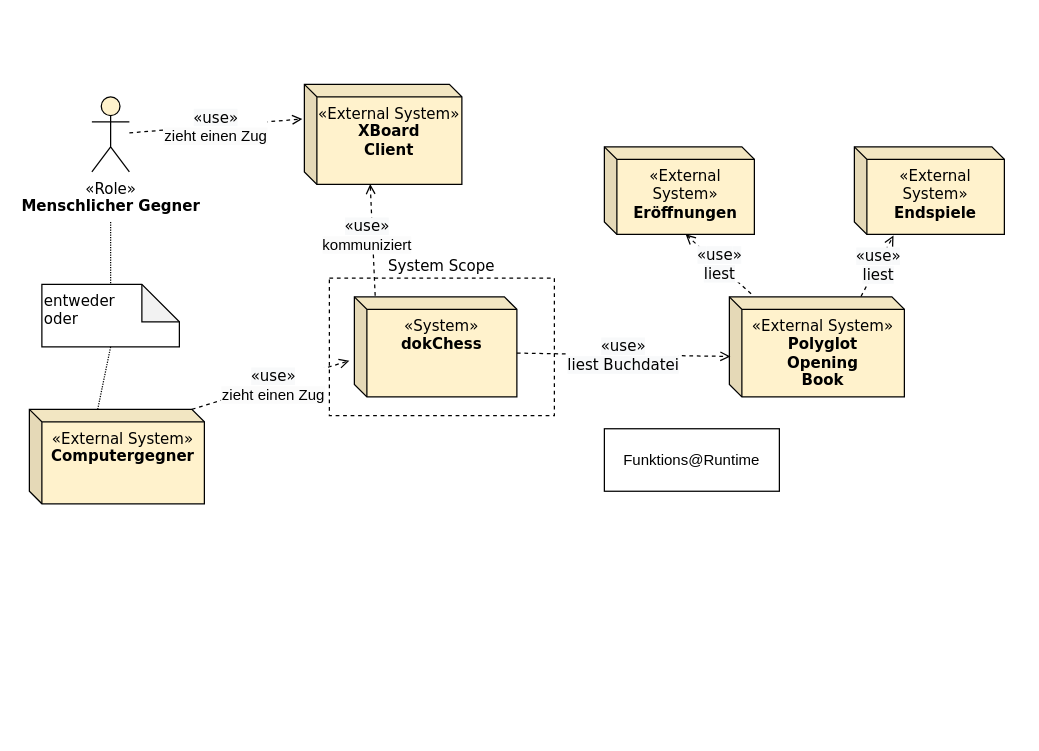
Earlier version of the draw.io diagram dokchess-adf/images/system_context.drawio (neshanjo/DokChess-ADF). Source tidied: cells renumbered, new cells numbered last; positions are measured from the earlier drawing's top-left corner, leaving out a move shared by most shapes. Both pictures are drawn from the tidied source at 125%, with x=0, y=0 at pixel (29, 84).
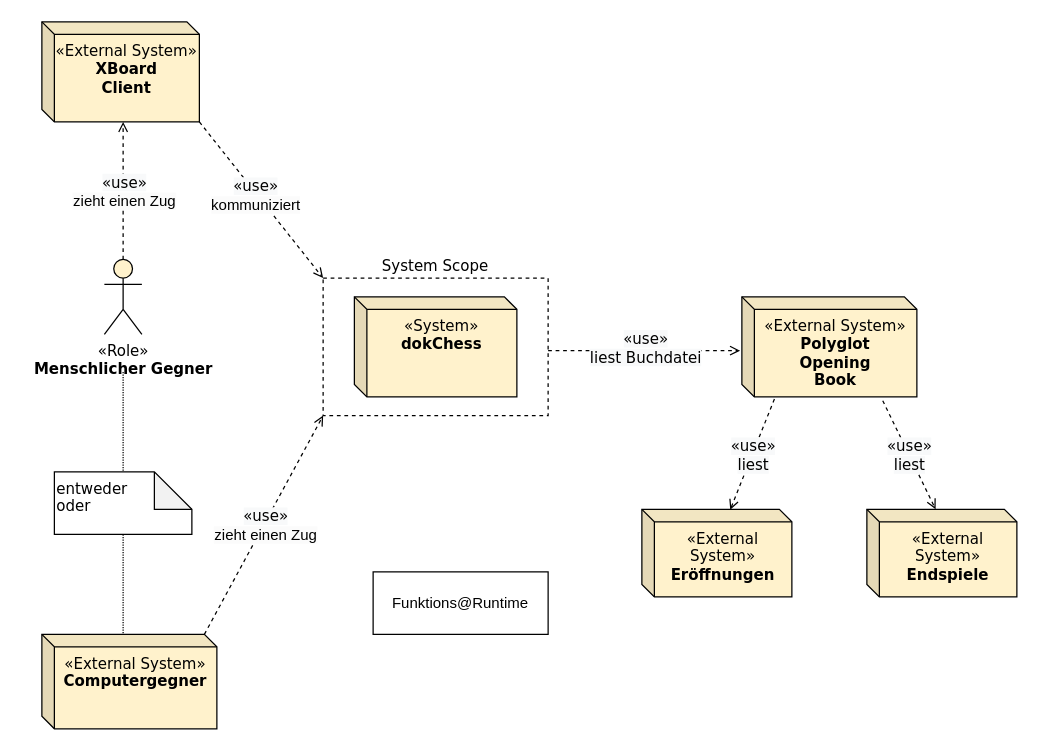
The same diagram, later.

Unchanged cells that the change refers to:
```xml
<mxCell id="2" value="&lt;font&gt;&lt;span class=&quot;char&quot;&gt;&lt;span class=&quot;vchar&quot; id=&quot;char-node&quot;&gt;«System&lt;/span&gt;&lt;/span&gt;&lt;span class=&quot;char&quot;&gt;&lt;span class=&quot;vchar&quot; id=&quot;char-node&quot;&gt;»&lt;br&gt;&lt;div&gt;&lt;b&gt;dokChess&lt;/b&gt;&lt;/div&gt;&lt;div&gt;&lt;b&gt;&lt;br&gt;&lt;/b&gt;&lt;/div&gt;&lt;/span&gt;&lt;/span&gt;&lt;/font&gt;" style="shape=cube;whiteSpace=wrap;html=1;boundedLbl=1;backgroundOutline=1;darkOpacity=0.05;darkOpacity2=0.1;size=10;align=center;verticalAlign=top;fillColor=#fff2cc;fontFamily=Verdana;" parent="1" vertex="1">
  <mxGeometry x="260" y="170" width="130" height="80" as="geometry" />
</mxCell>
```

Diff of the diagram source:
```diff
@@
     <mxCell id="3" value="&lt;span class=&quot;char&quot; style=&quot;&quot;&gt;&lt;span class=&quot;vchar&quot; id=&quot;char-node&quot;&gt;«Role&lt;/span&gt;&lt;/span&gt;&lt;span class=&quot;char&quot; style=&quot;&quot;&gt;&lt;span class=&quot;vchar&quot; id=&quot;char-node&quot;&gt;»&lt;br&gt;&lt;div&gt;&lt;b&gt;Menschlicher Gegner&lt;/b&gt;&lt;/div&gt;&lt;/span&gt;&lt;/span&gt;" style="shape=umlActor;verticalLabelPosition=bottom;verticalAlign=top;html=1;outlineConnect=0;fillColor=#fff2cc;fontFamily=Verdana;" parent="1" vertex="1">
-      <mxGeometry x="50" y="10" width="30" height="60" as="geometry" />
+      <mxGeometry x="60" y="140" width="30" height="60" as="geometry" />
     </mxCell>
     <mxCell id="4" value="&lt;font&gt;&lt;span class=&quot;char&quot;&gt;&lt;span class=&quot;vchar&quot; id=&quot;char-node&quot;&gt;«External System&lt;/span&gt;&lt;/span&gt;&lt;span class=&quot;char&quot;&gt;&lt;span class=&quot;vchar&quot; id=&quot;char-node&quot;&gt;»&lt;br&gt;&lt;div&gt;&lt;b&gt;Polyglot&lt;br&gt;Opening&lt;br&gt;Book&lt;/b&gt;&lt;/div&gt;&lt;/span&gt;&lt;/span&gt;&lt;/font&gt;" style="shape=cube;whiteSpace=wrap;html=1;boundedLbl=1;backgroundOutline=1;darkOpacity=0.05;darkOpacity2=0.1;size=10;align=center;verticalAlign=top;fillColor=#fff2cc;fontFamily=Verdana;" parent="1" vertex="1">
-      <mxGeometry x="560" y="170" width="140" height="80" as="geometry" />
+      <mxGeometry x="570" y="170" width="140" height="80" as="geometry" />
     </mxCell>
     <mxCell id="5" value="&lt;font&gt;&lt;span class=&quot;char&quot;&gt;&lt;span class=&quot;vchar&quot; id=&quot;char-node&quot;&gt;«External System&lt;/span&gt;&lt;/span&gt;&lt;span class=&quot;char&quot;&gt;&lt;span class=&quot;vchar&quot; id=&quot;char-node&quot;&gt;»&lt;br&gt;&lt;div&gt;&lt;b&gt;Computergegner&lt;/b&gt;&lt;/div&gt;&lt;/span&gt;&lt;/span&gt;&lt;/font&gt;" style="shape=cube;whiteSpace=wrap;html=1;boundedLbl=1;backgroundOutline=1;darkOpacity=0.05;darkOpacity2=0.1;size=10;align=center;verticalAlign=top;fillColor=#fff2cc;fontFamily=Verdana;" parent="1" vertex="1">
-      <mxGeometry y="260" width="140" height="75.5" as="geometry" />
+      <mxGeometry x="10" y="440" width="140" height="75.5" as="geometry" />
     </mxCell>
     <mxCell id="6" value="&lt;font&gt;&lt;span class=&quot;char&quot;&gt;&lt;span class=&quot;vchar&quot; id=&quot;char-node&quot;&gt;«External System&lt;/span&gt;&lt;/span&gt;&lt;span class=&quot;char&quot;&gt;&lt;span class=&quot;vchar&quot; id=&quot;char-node&quot;&gt;»&lt;br&gt;&lt;div&gt;&lt;b&gt;XBoard&lt;br&gt;Client&lt;/b&gt;&lt;/div&gt;&lt;/span&gt;&lt;/span&gt;&lt;/font&gt;" style="shape=cube;whiteSpace=wrap;html=1;boundedLbl=1;backgroundOutline=1;darkOpacity=0.05;darkOpacity2=0.1;size=10;align=center;verticalAlign=top;fillColor=#fff2cc;fontFamily=Verdana;" parent="1" vertex="1">
-      <mxGeometry x="220" width="126" height="80" as="geometry" />
+      <mxGeometry x="10" y="-50" width="126" height="80" as="geometry" />
     </mxCell>
     <mxCell id="7" value="entweder&lt;br&gt;oder" style="shape=note;whiteSpace=wrap;html=1;backgroundOutline=1;darkOpacity=0.05;fontFamily=Verdana;fontSize=12;align=left;verticalAlign=top;" parent="1" vertex="1">
-      <mxGeometry x="10" y="160" width="110" height="50" as="geometry" />
+      <mxGeometry x="20" y="310" width="110" height="50" as="geometry" />
     </mxCell>
-    <mxCell id="8" style="endArrow=open;html=1;fillColor=#000000;fontFamily=Verdana;fontSize=12;endFill=0;dashed=1;entryX=-0.013;entryY=0.346;entryDx=0;entryDy=0;entryPerimeter=0;" parent="1" edge="1" source="3" target="6">
-      <mxGeometry relative="1" as="geometry" />
+    <mxCell id="8" style="endArrow=open;html=1;fillColor=#000000;fontFamily=Verdana;fontSize=12;endFill=0;dashed=1;" parent="1" edge="1" source="3">
+      <mxGeometry relative="1" as="geometry">
+        <mxPoint x="75" y="30" as="targetPoint" />
+      </mxGeometry>
     </mxCell>
@@
-    <mxCell id="10" style="endArrow=open;html=1;fillColor=#000000;fontFamily=Verdana;fontSize=12;endFill=0;dashed=1;exitX=0;exitY=0;exitDx=130;exitDy=0;exitPerimeter=0;entryX=-0.031;entryY=0.638;entryDx=0;entryDy=0;entryPerimeter=0;" parent="1" edge="1" source="5" target="2">
+    <mxCell id="10" style="endArrow=open;html=1;fillColor=#000000;fontFamily=Verdana;fontSize=12;endFill=0;dashed=1;exitX=0;exitY=0;exitDx=130;exitDy=0;exitPerimeter=0;entryX=0;entryY=1;entryDx=0;entryDy=0;" parent="1" edge="1" source="5" target="16">
       <mxGeometry relative="1" as="geometry" />
     </mxCell>
@@
-    <mxCell id="12" style="endArrow=none;html=1;fillColor=#000000;fontFamily=Verdana;fontSize=12;endFill=0;dashed=1;dashPattern=1 1;" parent="1" edge="1" target="7">
+    <mxCell id="12" style="endArrow=none;html=1;fillColor=#000000;fontFamily=Verdana;fontSize=12;endFill=0;dashed=1;dashPattern=1 1;" parent="1" edge="1">
       <mxGeometry relative="1" as="geometry">
-        <mxPoint x="65" y="110" as="sourcePoint" />
+        <mxPoint x="75" y="230" as="sourcePoint" />
+        <mxPoint x="75" y="310" as="targetPoint" />
       </mxGeometry>
     </mxCell>
-    <mxCell id="13" style="endArrow=none;html=1;fillColor=#000000;fontFamily=Verdana;fontSize=12;endFill=0;dashed=1;dashPattern=1 1;entryX=0.39;entryY=0.004;entryDx=0;entryDy=0;entryPerimeter=0;exitX=0.5;exitY=1;exitDx=0;exitDy=0;exitPerimeter=0;" parent="1" edge="1" source="7" target="5">
+    <mxCell id="13" style="endArrow=none;html=1;fillColor=#000000;fontFamily=Verdana;fontSize=12;endFill=0;dashed=1;dashPattern=1 1;entryX=0;entryY=0;entryDx=65;entryDy=0;entryPerimeter=0;exitX=0.5;exitY=1;exitDx=0;exitDy=0;exitPerimeter=0;" parent="1" edge="1" source="7" target="5">
       <mxGeometry relative="1" as="geometry" />
     </mxCell>
-    <mxCell id="14" style="endArrow=open;html=1;fillColor=#000000;fontFamily=Verdana;fontSize=12;endFill=0;dashed=1;entryX=0.006;entryY=0.596;entryDx=0;entryDy=0;entryPerimeter=0;exitX=0;exitY=0;exitDx=130;exitDy=45;exitPerimeter=0;" parent="1" edge="1" source="2" target="4">
+    <mxCell id="14" style="endArrow=open;html=1;fillColor=#000000;fontFamily=Verdana;fontSize=12;endFill=0;dashed=1;entryX=-0.01;entryY=0.538;entryDx=0;entryDy=0;entryPerimeter=0;exitX=1;exitY=0.528;exitDx=0;exitDy=0;exitPerimeter=0;" parent="1" edge="1" source="16" target="4">
       <mxGeometry relative="1" as="geometry" />
     </mxCell>
     <mxCell id="15" value="&lt;span style=&quot;font-size: 12px; background-color: rgb(248, 249, 250);&quot;&gt;«use»&lt;br&gt;liest Buchdatei&lt;br&gt;&lt;/span&gt;" style="edgeLabel;html=1;align=center;verticalAlign=middle;fontFamily=Verdana;" parent="14" vertex="1">
-      <mxGeometry relative="1" as="geometry" />
+      <mxGeometry relative="1" as="geometry">
+        <mxPoint x="1" y="-3" as="offset" />
+      </mxGeometry>
     </mxCell>
     <mxCell id="16" value="System Scope" style="rounded=0;whiteSpace=wrap;html=1;strokeColor=#000000;strokeWidth=1;fontFamily=Verdana;fontSize=12;align=center;fillColor=none;dashed=1;verticalAlign=bottom;labelPosition=center;verticalLabelPosition=top;spacingLeft=0;" parent="1" vertex="1">
-      <mxGeometry x="240" y="155" width="180" height="110" as="geometry" />
+      <mxGeometry x="235" y="155" width="180" height="110" as="geometry" />
     </mxCell>
     <mxCell id="17" value="&lt;font&gt;&lt;span class=&quot;char&quot;&gt;&lt;span class=&quot;vchar&quot; id=&quot;char-node&quot;&gt;«External System&lt;/span&gt;&lt;/span&gt;&lt;span class=&quot;char&quot;&gt;&lt;span class=&quot;vchar&quot; id=&quot;char-node&quot;&gt;»&lt;br&gt;&lt;div&gt;&lt;b&gt;Eröffnungen&lt;/b&gt;&lt;/div&gt;&lt;/span&gt;&lt;/span&gt;&lt;/font&gt;" style="shape=cube;whiteSpace=wrap;html=1;boundedLbl=1;backgroundOutline=1;darkOpacity=0.05;darkOpacity2=0.1;size=10;align=center;verticalAlign=top;fillColor=#fff2cc;fontFamily=Verdana;" parent="1" vertex="1">
-      <mxGeometry x="460" y="50" width="120" height="70" as="geometry" />
+      <mxGeometry x="490" y="340" width="120" height="70" as="geometry" />
     </mxCell>
     <mxCell id="18" value="&lt;font&gt;&lt;span class=&quot;char&quot;&gt;&lt;span class=&quot;vchar&quot; id=&quot;char-node&quot;&gt;«External System&lt;/span&gt;&lt;/span&gt;&lt;span class=&quot;char&quot;&gt;&lt;span class=&quot;vchar&quot; id=&quot;char-node&quot;&gt;»&lt;br&gt;&lt;div&gt;&lt;b&gt;Endspiele&lt;/b&gt;&lt;/div&gt;&lt;/span&gt;&lt;/span&gt;&lt;/font&gt;" style="shape=cube;whiteSpace=wrap;html=1;boundedLbl=1;backgroundOutline=1;darkOpacity=0.05;darkOpacity2=0.1;size=10;align=center;verticalAlign=top;fillColor=#fff2cc;fontFamily=Verdana;" parent="1" vertex="1">
-      <mxGeometry x="660" y="50" width="120" height="70" as="geometry" />
+      <mxGeometry x="670" y="340" width="120" height="70" as="geometry" />
     </mxCell>
     <mxCell id="19" value="Funktions@Runtime" style="rounded=0;whiteSpace=wrap;html=1;" parent="1" vertex="1">
-      <mxGeometry x="460" y="275.5" width="140" height="50" as="geometry" />
+      <mxGeometry x="275" y="390" width="140" height="50" as="geometry" />
     </mxCell>
-    <mxCell id="20" style="endArrow=open;html=1;fillColor=#000000;fontFamily=Verdana;fontSize=12;endFill=0;dashed=1;entryX=0;entryY=0;entryDx=65;entryDy=70;entryPerimeter=0;exitX=0.124;exitY=-0.031;exitDx=0;exitDy=0;exitPerimeter=0;" parent="1" edge="1" source="4" target="17">
-      <mxGeometry relative="1" as="geometry" />
-    </mxCell>
-    <mxCell id="21" value="&lt;span style=&quot;font-size: 12px; background-color: rgb(248, 249, 250);&quot;&gt;«&lt;/span&gt;&lt;span style=&quot;font-size: 12px; background-color: rgb(248, 249, 250);&quot;&gt;use&lt;/span&gt;&lt;span style=&quot;font-size: 12px; background-color: rgb(248, 249, 250);&quot;&gt;»&lt;/span&gt;&lt;span style=&quot;font-size: 12px; background-color: rgb(248, 249, 250);&quot;&gt;&lt;br&gt;liest&lt;br&gt;&lt;/span&gt;" style="edgeLabel;html=1;align=center;verticalAlign=middle;fontFamily=Verdana;" parent="20" vertex="1">
-      <mxGeometry relative="1" as="geometry" />
-    </mxCell>
-    <mxCell id="22" style="endArrow=open;html=1;fillColor=#000000;fontFamily=Verdana;fontSize=12;endFill=0;dashed=1;entryX=0.261;entryY=1.014;entryDx=0;entryDy=0;entryPerimeter=0;exitX=0.752;exitY=-0.004;exitDx=0;exitDy=0;exitPerimeter=0;" parent="1" edge="1" source="4" target="18">
+    <mxCell id="22" style="endArrow=open;html=1;fillColor=#000000;fontFamily=Verdana;fontSize=12;endFill=0;dashed=1;entryX=0;entryY=0;entryDx=55;entryDy=0;entryPerimeter=0;exitX=0.805;exitY=1.038;exitDx=0;exitDy=0;exitPerimeter=0;" parent="1" edge="1" source="4" target="18">
       <mxGeometry relative="1" as="geometry" />
     </mxCell>
@@
-    <mxCell id="24" style="endArrow=open;html=1;fillColor=#000000;fontFamily=Verdana;fontSize=12;endFill=0;dashed=1;entryX=0.418;entryY=0.996;entryDx=0;entryDy=0;entryPerimeter=0;exitX=0.128;exitY=-0.012;exitDx=0;exitDy=0;exitPerimeter=0;" parent="1" edge="1" source="2" target="6">
+    <mxCell id="24" style="endArrow=open;html=1;fillColor=#000000;fontFamily=Verdana;fontSize=12;endFill=0;dashed=1;exitX=1;exitY=1;exitDx=0;exitDy=0;exitPerimeter=0;entryX=0;entryY=0;entryDx=0;entryDy=0;" parent="1" edge="1" source="6" target="16">
       <mxGeometry relative="1" as="geometry" />
     </mxCell>
@@
+    <mxCell id="20" style="endArrow=open;html=1;fillColor=#000000;fontFamily=Verdana;fontSize=12;endFill=0;dashed=1;entryX=0.589;entryY=0.005;entryDx=0;entryDy=0;entryPerimeter=0;exitX=0.186;exitY=1.021;exitDx=0;exitDy=0;exitPerimeter=0;" parent="1" edge="1" source="4" target="17">
+      <mxGeometry relative="1" as="geometry" />
+    </mxCell>
+    <mxCell id="21" value="&lt;span style=&quot;font-size: 12px; background-color: rgb(248, 249, 250);&quot;&gt;«&lt;/span&gt;&lt;span style=&quot;font-size: 12px; background-color: rgb(248, 249, 250);&quot;&gt;use&lt;/span&gt;&lt;span style=&quot;font-size: 12px; background-color: rgb(248, 249, 250);&quot;&gt;»&lt;/span&gt;&lt;span style=&quot;font-size: 12px; background-color: rgb(248, 249, 250);&quot;&gt;&lt;br&gt;liest&lt;br&gt;&lt;/span&gt;" style="edgeLabel;html=1;align=center;verticalAlign=middle;fontFamily=Verdana;" parent="20" vertex="1">
+      <mxGeometry relative="1" as="geometry" />
+    </mxCell>
```
